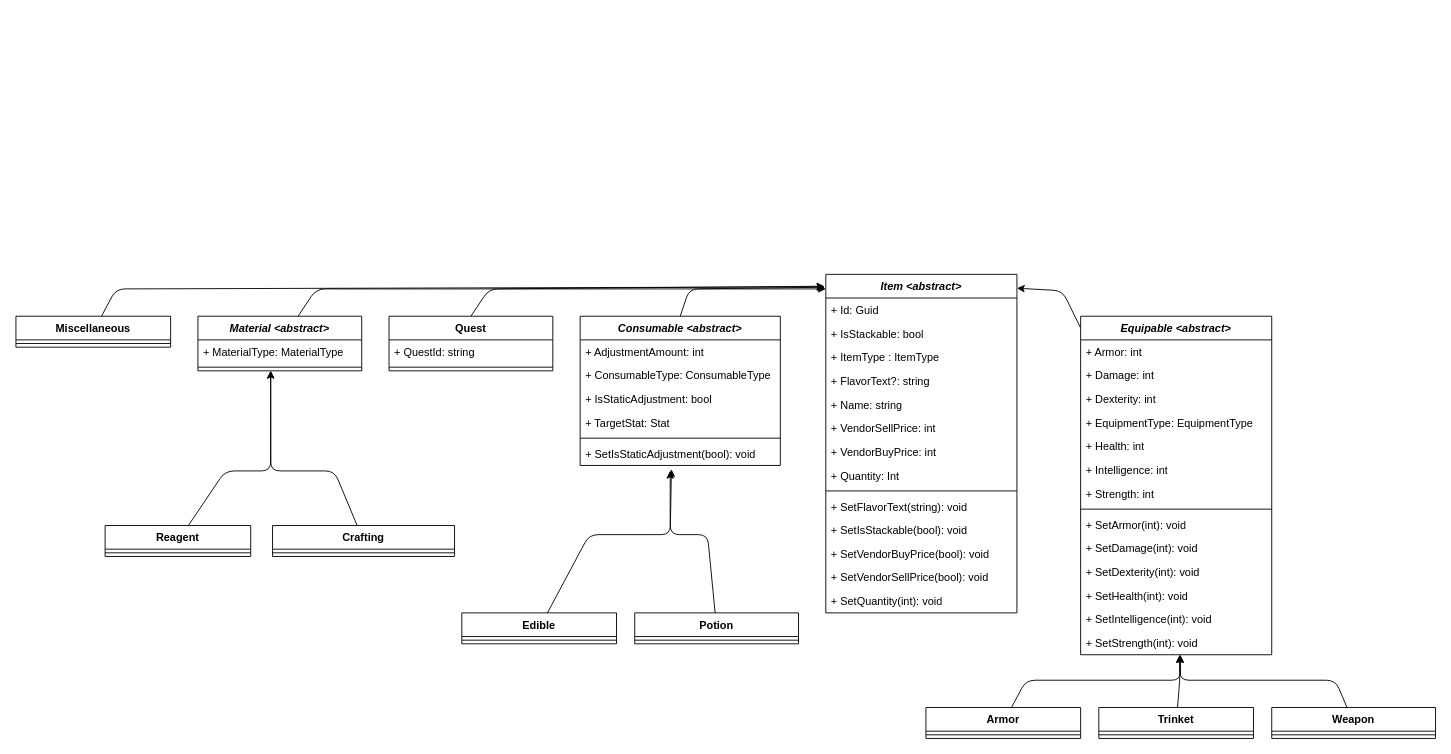
This is docs/design/domain_models/items.drawio from scottfalbo/GameEngine, a draw.io file, before an edit. Source tidied: cells renumbered, new cells numbered last; positions are measured from the earlier drawing's top-left corner, leaving out a move shared by most shapes. Both pictures are drawn from the tidied source at 91%, with x=0, y=0 at pixel (15, 274).
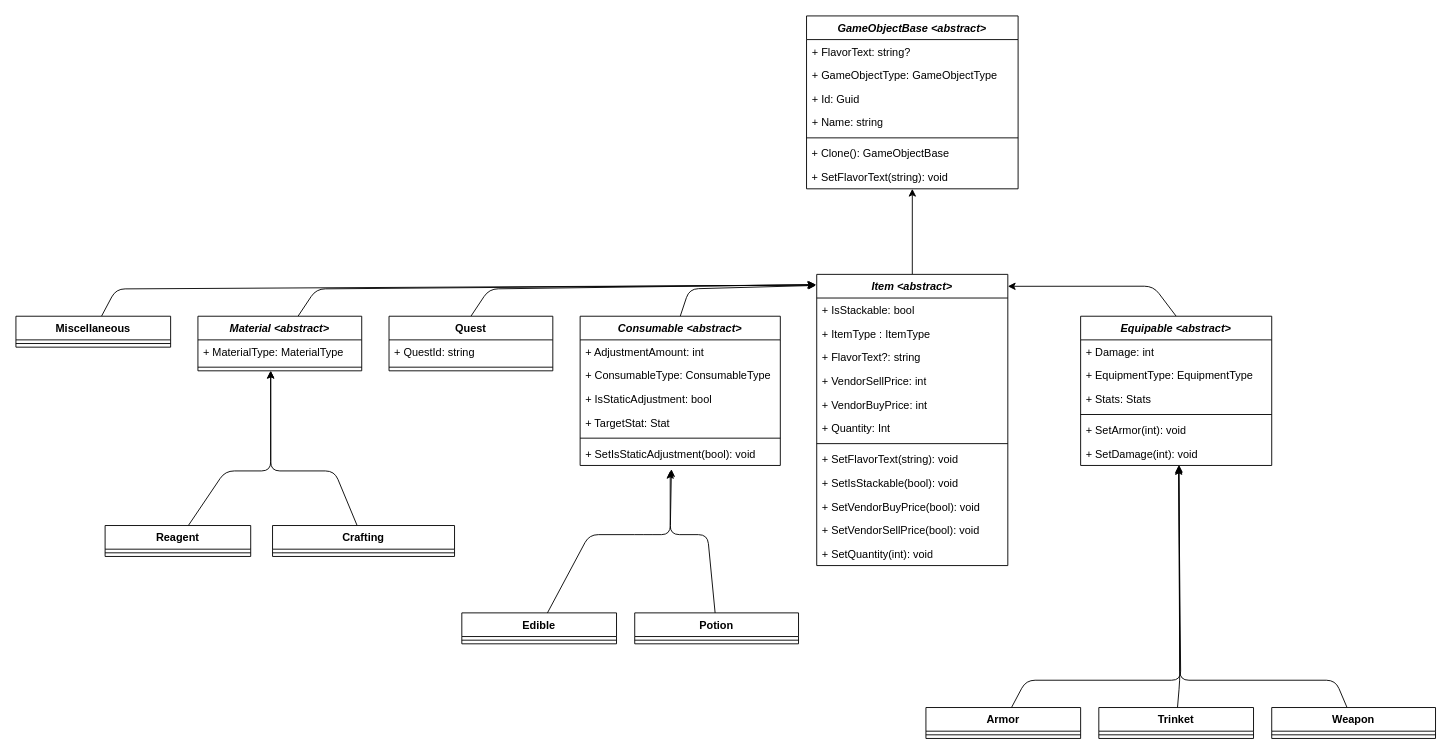
Above is the later version.

The change refers to these unchanged cells:
```xml
<mxCell id="34" value="Armor" style="swimlane;fontStyle=1;align=center;verticalAlign=top;horizontal=1;startSize=26;whiteSpace=wrap;html=1;" parent="1" vertex="1">
  <mxGeometry x="1000" y="476" width="170" height="34" as="geometry" />
</mxCell>
<mxCell id="37" value="Weapon" style="swimlane;fontStyle=1;align=center;verticalAlign=top;horizontal=1;startSize=26;whiteSpace=wrap;html=1;" parent="1" vertex="1">
  <mxGeometry x="1380" y="476" width="180" height="34" as="geometry" />
</mxCell>
<mxCell id="64" value="Trinket" style="swimlane;fontStyle=1;align=center;verticalAlign=top;horizontal=1;startSize=26;whiteSpace=wrap;html=1;" parent="1" vertex="1">
  <mxGeometry x="1190" y="476" width="170" height="34" as="geometry" />
</mxCell>
<mxCell id="70" value="Material &lt;abstract&gt;" style="swimlane;fontStyle=3;align=center;verticalAlign=top;horizontal=1;startSize=26;" parent="1" vertex="1">
  <mxGeometry x="200" y="46" width="180" height="60" as="geometry" />
</mxCell>
```

Change to the diagram source:
```diff
@@
+    <mxCell id="73" style="edgeStyle=none;html=1;" parent="1" edge="1" source="2" target="79">
+      <mxGeometry relative="1" as="geometry" />
+    </mxCell>
     <mxCell id="2" value="&lt;i style=&quot;&quot;&gt;Item&lt;/i&gt;&lt;i style=&quot;&quot;&gt; &amp;lt;abstract&amp;gt;&lt;/i&gt;" style="swimlane;fontStyle=1;align=center;verticalAlign=top;horizontal=1;startSize=26;whiteSpace=wrap;html=1;" parent="1" vertex="1">
-      <mxGeometry x="890" width="210" height="372" as="geometry" />
+      <mxGeometry x="880" width="210" height="320" as="geometry" />
     </mxCell>
-    <mxCell id="3" value="+ Id: Guid" style="text;strokeColor=none;fillColor=none;align=left;verticalAlign=top;spacingLeft=4;spacingRight=4;overflow=hidden;whiteSpace=wrap;html=1;" parent="2" vertex="1">
-      <mxGeometry y="26" width="210" height="26" as="geometry" />
-    </mxCell>
     <mxCell id="4" value="+ IsStackable: bool" style="text;strokeColor=none;fillColor=none;align=left;verticalAlign=top;spacingLeft=4;spacingRight=4;overflow=hidden;whiteSpace=wrap;html=1;" parent="2" vertex="1">
-      <mxGeometry y="52" width="210" height="26" as="geometry" />
+      <mxGeometry y="26" width="210" height="26" as="geometry" />
     </mxCell>
     <mxCell id="5" value="+ ItemType : ItemType" style="text;strokeColor=none;fillColor=none;align=left;verticalAlign=top;spacingLeft=4;spacingRight=4;overflow=hidden;whiteSpace=wrap;html=1;" parent="2" vertex="1">
-      <mxGeometry y="78" width="210" height="26" as="geometry" />
+      <mxGeometry y="52" width="210" height="26" as="geometry" />
     </mxCell>
     <mxCell id="6" value="+ FlavorText?: string" style="text;strokeColor=none;fillColor=none;align=left;verticalAlign=top;spacingLeft=4;spacingRight=4;overflow=hidden;whiteSpace=wrap;html=1;" parent="2" vertex="1">
-      <mxGeometry y="104" width="210" height="26" as="geometry" />
+      <mxGeometry y="78" width="210" height="26" as="geometry" />
     </mxCell>
-    <mxCell id="7" value="+ Name: string" style="text;strokeColor=none;fillColor=none;align=left;verticalAlign=top;spacingLeft=4;spacingRight=4;overflow=hidden;whiteSpace=wrap;html=1;" parent="2" vertex="1">
-      <mxGeometry y="130" width="210" height="26" as="geometry" />
-    </mxCell>
     <mxCell id="8" value="+ VendorSellPrice: int" style="text;strokeColor=none;fillColor=none;align=left;verticalAlign=top;spacingLeft=4;spacingRight=4;overflow=hidden;whiteSpace=wrap;html=1;" parent="2" vertex="1">
-      <mxGeometry y="156" width="210" height="26" as="geometry" />
+      <mxGeometry y="104" width="210" height="26" as="geometry" />
     </mxCell>
     <mxCell id="9" value="+ VendorBuyPrice: int" style="text;strokeColor=none;fillColor=none;align=left;verticalAlign=top;spacingLeft=4;spacingRight=4;overflow=hidden;" parent="2" vertex="1">
-      <mxGeometry y="182" width="210" height="26" as="geometry" />
+      <mxGeometry y="130" width="210" height="26" as="geometry" />
     </mxCell>
     <mxCell id="10" value="+ Quantity: Int" style="text;strokeColor=none;fillColor=none;align=left;verticalAlign=top;spacingLeft=4;spacingRight=4;overflow=hidden;whiteSpace=wrap;html=1;" parent="2" vertex="1">
-      <mxGeometry y="208" width="210" height="26" as="geometry" />
+      <mxGeometry y="156" width="210" height="26" as="geometry" />
     </mxCell>
     <mxCell id="11" style="line;strokeWidth=1;fillColor=none;align=left;verticalAlign=middle;spacingTop=-1;spacingLeft=3;spacingRight=3;labelPosition=right;strokeColor=inherit;" parent="2" vertex="1">
-      <mxGeometry y="234" width="210" height="8" as="geometry" />
+      <mxGeometry y="182" width="210" height="8" as="geometry" />
     </mxCell>
     <mxCell id="12" value="+ SetFlavorText(string): void" style="text;strokeColor=none;fillColor=none;align=left;verticalAlign=top;spacingLeft=4;spacingRight=4;overflow=hidden;whiteSpace=wrap;html=1;" parent="2" vertex="1">
-      <mxGeometry y="242" width="210" height="26" as="geometry" />
+      <mxGeometry y="190" width="210" height="26" as="geometry" />
     </mxCell>
     <mxCell id="13" value="+ SetIsStackable(bool): void" style="text;strokeColor=none;fillColor=none;align=left;verticalAlign=top;spacingLeft=4;spacingRight=4;overflow=hidden;whiteSpace=wrap;html=1;" parent="2" vertex="1">
-      <mxGeometry y="268" width="210" height="26" as="geometry" />
+      <mxGeometry y="216" width="210" height="26" as="geometry" />
     </mxCell>
     <mxCell id="14" value="+ Set&lt;span style=&quot;&quot;&gt;VendorBuyPrice&lt;/span&gt;(bool): void" style="text;strokeColor=none;fillColor=none;align=left;verticalAlign=top;spacingLeft=4;spacingRight=4;overflow=hidden;whiteSpace=wrap;html=1;" parent="2" vertex="1">
-      <mxGeometry y="294" width="210" height="26" as="geometry" />
+      <mxGeometry y="242" width="210" height="26" as="geometry" />
     </mxCell>
     <mxCell id="15" value="+ Set&lt;span style=&quot;&quot;&gt;VendorSellPrice&lt;/span&gt;(bool): void" style="text;strokeColor=none;fillColor=none;align=left;verticalAlign=top;spacingLeft=4;spacingRight=4;overflow=hidden;whiteSpace=wrap;html=1;" parent="2" vertex="1">
-      <mxGeometry y="320" width="210" height="26" as="geometry" />
+      <mxGeometry y="268" width="210" height="26" as="geometry" />
     </mxCell>
     <mxCell id="16" value="+ SetQuantity(int): void" style="text;strokeColor=none;fillColor=none;align=left;verticalAlign=top;spacingLeft=4;spacingRight=4;overflow=hidden;whiteSpace=wrap;html=1;" parent="2" vertex="1">
-      <mxGeometry y="346" width="210" height="26" as="geometry" />
+      <mxGeometry y="294" width="210" height="26" as="geometry" />
     </mxCell>
-    <mxCell id="17" style="edgeStyle=none;html=1;entryX=1;entryY=0.041;entryDx=0;entryDy=0;entryPerimeter=0;exitX=0;exitY=0.035;exitDx=0;exitDy=0;exitPerimeter=0;" parent="1" edge="1" source="18" target="2">
+    <mxCell id="17" style="edgeStyle=none;html=1;entryX=1;entryY=0.041;entryDx=0;entryDy=0;entryPerimeter=0;exitX=0.5;exitY=0;exitDx=0;exitDy=0;" parent="1" edge="1" source="18" target="2">
       <mxGeometry relative="1" as="geometry">
         <Array as="points">
-          <mxPoint x="1150" y="18" />
+          <mxPoint x="1250" y="13" />
         </Array>
       </mxGeometry>
     </mxCell>
     <mxCell id="18" value="&lt;i&gt;Equipable &amp;lt;abstract&amp;gt;&lt;/i&gt;" style="swimlane;fontStyle=1;align=center;verticalAlign=top;horizontal=1;startSize=26;whiteSpace=wrap;html=1;" parent="1" vertex="1">
-      <mxGeometry x="1170" y="46" width="210" height="372" as="geometry" />
+      <mxGeometry x="1170" y="46" width="210" height="164" as="geometry" />
     </mxCell>
-    <mxCell id="19" value="+ Armor: int" style="text;strokeColor=none;fillColor=none;align=left;verticalAlign=top;spacingLeft=4;spacingRight=4;overflow=hidden;whiteSpace=wrap;html=1;" parent="18" vertex="1">
-      <mxGeometry y="26" width="210" height="26" as="geometry" />
-    </mxCell>
     <mxCell id="20" value="+ Damage: int" style="text;strokeColor=none;fillColor=none;align=left;verticalAlign=top;spacingLeft=4;spacingRight=4;overflow=hidden;whiteSpace=wrap;html=1;" parent="18" vertex="1">
-      <mxGeometry y="52" width="210" height="26" as="geometry" />
+      <mxGeometry y="26" width="210" height="26" as="geometry" />
     </mxCell>
-    <mxCell id="21" value="+ Dexterity: int" style="text;strokeColor=none;fillColor=none;align=left;verticalAlign=top;spacingLeft=4;spacingRight=4;overflow=hidden;whiteSpace=wrap;html=1;" parent="18" vertex="1">
-      <mxGeometry y="78" width="210" height="26" as="geometry" />
-    </mxCell>
     <mxCell id="22" value="+ EquipmentType: EquipmentType" style="text;strokeColor=none;fillColor=none;align=left;verticalAlign=top;spacingLeft=4;spacingRight=4;overflow=hidden;whiteSpace=wrap;html=1;" parent="18" vertex="1">
-      <mxGeometry y="104" width="210" height="26" as="geometry" />
+      <mxGeometry y="52" width="210" height="26" as="geometry" />
     </mxCell>
-    <mxCell id="23" value="+ Health: int" style="text;strokeColor=none;fillColor=none;align=left;verticalAlign=top;spacingLeft=4;spacingRight=4;overflow=hidden;whiteSpace=wrap;html=1;" parent="18" vertex="1">
-      <mxGeometry y="130" width="210" height="26" as="geometry" />
-    </mxCell>
-    <mxCell id="24" value="+ Intelligence: int" style="text;strokeColor=none;fillColor=none;align=left;verticalAlign=top;spacingLeft=4;spacingRight=4;overflow=hidden;whiteSpace=wrap;html=1;" parent="18" vertex="1">
-      <mxGeometry y="156" width="210" height="26" as="geometry" />
-    </mxCell>
-    <mxCell id="25" value="+ Strength: int" style="text;strokeColor=none;fillColor=none;align=left;verticalAlign=top;spacingLeft=4;spacingRight=4;overflow=hidden;whiteSpace=wrap;html=1;" parent="18" vertex="1">
-      <mxGeometry y="182" width="210" height="26" as="geometry" />
+    <mxCell id="25" value="+ Stats: Stats" style="text;strokeColor=none;fillColor=none;align=left;verticalAlign=top;spacingLeft=4;spacingRight=4;overflow=hidden;whiteSpace=wrap;html=1;" parent="18" vertex="1">
+      <mxGeometry y="78" width="210" height="26" as="geometry" />
     </mxCell>
     <mxCell id="26" style="line;strokeWidth=1;fillColor=none;align=left;verticalAlign=middle;spacingTop=-1;spacingLeft=3;spacingRight=3;labelPosition=right;strokeColor=inherit;" parent="18" vertex="1">
-      <mxGeometry y="208" width="210" height="8" as="geometry" />
+      <mxGeometry y="104" width="210" height="8" as="geometry" />
     </mxCell>
     <mxCell id="27" value="+ SetArmor(int): void" style="text;strokeColor=none;fillColor=none;align=left;verticalAlign=top;spacingLeft=4;spacingRight=4;overflow=hidden;whiteSpace=wrap;html=1;" parent="18" vertex="1">
-      <mxGeometry y="216" width="210" height="26" as="geometry" />
+      <mxGeometry y="112" width="210" height="26" as="geometry" />
     </mxCell>
     <mxCell id="28" value="+ SetDamage(int): void" style="text;strokeColor=none;fillColor=none;align=left;verticalAlign=top;spacingLeft=4;spacingRight=4;overflow=hidden;points=[[0,0.5],[1,0.5]];portConstraint=eastwest;whiteSpace=wrap;html=1;" parent="18" vertex="1">
-      <mxGeometry y="242" width="210" height="26" as="geometry" />
+      <mxGeometry y="138" width="210" height="26" as="geometry" />
     </mxCell>
-    <mxCell id="29" value="+ SetDexterity(int): void" style="text;strokeColor=none;fillColor=none;align=left;verticalAlign=top;spacingLeft=4;spacingRight=4;overflow=hidden;whiteSpace=wrap;html=1;" parent="18" vertex="1">
-      <mxGeometry y="268" width="210" height="26" as="geometry" />
-    </mxCell>
-    <mxCell id="30" value="+ SetHealth(int): void" style="text;strokeColor=none;fillColor=none;align=left;verticalAlign=top;spacingLeft=4;spacingRight=4;overflow=hidden;whiteSpace=wrap;html=1;" parent="18" vertex="1">
-      <mxGeometry y="294" width="210" height="26" as="geometry" />
-    </mxCell>
-    <mxCell id="31" value="+ SetIntelligence(int): void" style="text;strokeColor=none;fillColor=none;align=left;verticalAlign=top;spacingLeft=4;spacingRight=4;overflow=hidden;whiteSpace=wrap;html=1;" parent="18" vertex="1">
-      <mxGeometry y="320" width="210" height="26" as="geometry" />
-    </mxCell>
-    <mxCell id="32" value="+ SetStrength(int): void" style="text;strokeColor=none;fillColor=none;align=left;verticalAlign=top;spacingLeft=4;spacingRight=4;overflow=hidden;points=[[0,0.5],[1,0.5]];portConstraint=eastwest;whiteSpace=wrap;html=1;" parent="18" vertex="1">
-      <mxGeometry y="346" width="210" height="26" as="geometry" />
-    </mxCell>
-    <mxCell id="33" style="edgeStyle=none;html=1;entryX=0.522;entryY=1.02;entryDx=0;entryDy=0;entryPerimeter=0;" parent="1" edge="1" source="34" target="32">
+    <mxCell id="33" style="edgeStyle=none;html=1;entryX=0.513;entryY=1.068;entryDx=0;entryDy=0;entryPerimeter=0;" parent="1" edge="1" source="34" target="28">
       <mxGeometry relative="1" as="geometry">
         <Array as="points">
           <mxPoint x="1110" y="446" />
           <mxPoint x="1280" y="446" />
         </Array>
       </mxGeometry>
     </mxCell>
@@
-    <mxCell id="36" style="edgeStyle=none;html=1;entryX=0.518;entryY=1.02;entryDx=0;entryDy=0;entryPerimeter=0;" parent="1" edge="1" source="37" target="32">
+    <mxCell id="36" style="edgeStyle=none;html=1;entryX=0.513;entryY=1.013;entryDx=0;entryDy=0;entryPerimeter=0;" parent="1" edge="1" source="37" target="28">
       <mxGeometry relative="1" as="geometry">
         <Array as="points">
           <mxPoint x="1450" y="446" />
           <mxPoint x="1279" y="446" />
         </Array>
       </mxGeometry>
     </mxCell>
@@
-    <mxCell id="63" style="edgeStyle=none;html=1;entryX=0.52;entryY=0.984;entryDx=0;entryDy=0;entryPerimeter=0;" parent="1" edge="1" source="64" target="32">
+    <mxCell id="63" style="edgeStyle=none;html=1;entryX=0.515;entryY=0.976;entryDx=0;entryDy=0;entryPerimeter=0;" parent="1" edge="1" source="64" target="28">
       <mxGeometry relative="1" as="geometry">
         <Array as="points">
           <mxPoint x="1279" y="446" />
         </Array>
       </mxGeometry>
     </mxCell>
@@
-    <mxCell id="69" style="edgeStyle=none;html=1;" parent="1" edge="1" source="70">
+    <mxCell id="69" style="edgeStyle=none;html=1;entryX=-0.002;entryY=0.036;entryDx=0;entryDy=0;entryPerimeter=0;" parent="1" edge="1" source="70" target="2">
       <mxGeometry relative="1" as="geometry">
-        <mxPoint x="890" y="16" as="targetPoint" />
         <Array as="points">
           <mxPoint x="330" y="16" />
         </Array>
       </mxGeometry>
     </mxCell>
@@
+    <mxCell id="74" value="GameObjectBase &lt;abstract&gt;" style="swimlane;fontStyle=3;align=center;verticalAlign=top;horizontal=1;startSize=26;" parent="1" vertex="1">
+      <mxGeometry x="868.8" y="-284" width="232.5" height="190" as="geometry" />
+    </mxCell>
+    <mxCell id="7" value="+ FlavorText: string?" style="text;strokeColor=none;fillColor=none;align=left;verticalAlign=top;spacingLeft=4;spacingRight=4;overflow=hidden;whiteSpace=wrap;html=1;" parent="74" vertex="1">
+      <mxGeometry y="26" width="232.5" height="26" as="geometry" />
+    </mxCell>
+    <mxCell id="75" value="+ GameObjectType: GameObjectType" style="text;strokeColor=none;fillColor=none;align=left;verticalAlign=top;spacingLeft=4;spacingRight=4;overflow=hidden;whiteSpace=wrap;html=1;" parent="74" vertex="1">
+      <mxGeometry y="52" width="232.5" height="26" as="geometry" />
+    </mxCell>
+    <mxCell id="3" value="+ Id: Guid" style="text;strokeColor=none;fillColor=none;align=left;verticalAlign=top;spacingLeft=4;spacingRight=4;overflow=hidden;whiteSpace=wrap;html=1;" parent="74" vertex="1">
+      <mxGeometry y="78" width="232.5" height="26" as="geometry" />
+    </mxCell>
+    <mxCell id="76" value="+ Name: string" style="text;strokeColor=none;fillColor=none;align=left;verticalAlign=top;spacingLeft=4;spacingRight=4;overflow=hidden;whiteSpace=wrap;html=1;" parent="74" vertex="1">
+      <mxGeometry y="104" width="232.5" height="26" as="geometry" />
+    </mxCell>
+    <mxCell id="77" style="line;strokeWidth=1;fillColor=none;align=left;verticalAlign=middle;spacingTop=-1;spacingLeft=3;spacingRight=3;labelPosition=right;strokeColor=inherit;" parent="74" vertex="1">
+      <mxGeometry y="130" width="232.5" height="8" as="geometry" />
+    </mxCell>
+    <mxCell id="78" value="+ Clone(): GameObjectBase" style="text;strokeColor=none;fillColor=none;align=left;verticalAlign=top;spacingLeft=4;spacingRight=4;overflow=hidden;" parent="74" vertex="1">
+      <mxGeometry y="138" width="232.5" height="26" as="geometry" />
+    </mxCell>
+    <mxCell id="79" value="+ SetFlavorText(string): void" style="text;strokeColor=none;fillColor=none;align=left;verticalAlign=top;spacingLeft=4;spacingRight=4;overflow=hidden;points=[[0,0.5],[1,0.5]];portConstraint=eastwest;" parent="74" vertex="1">
+      <mxGeometry y="164" width="232.5" height="26" as="geometry" />
+    </mxCell>
```
